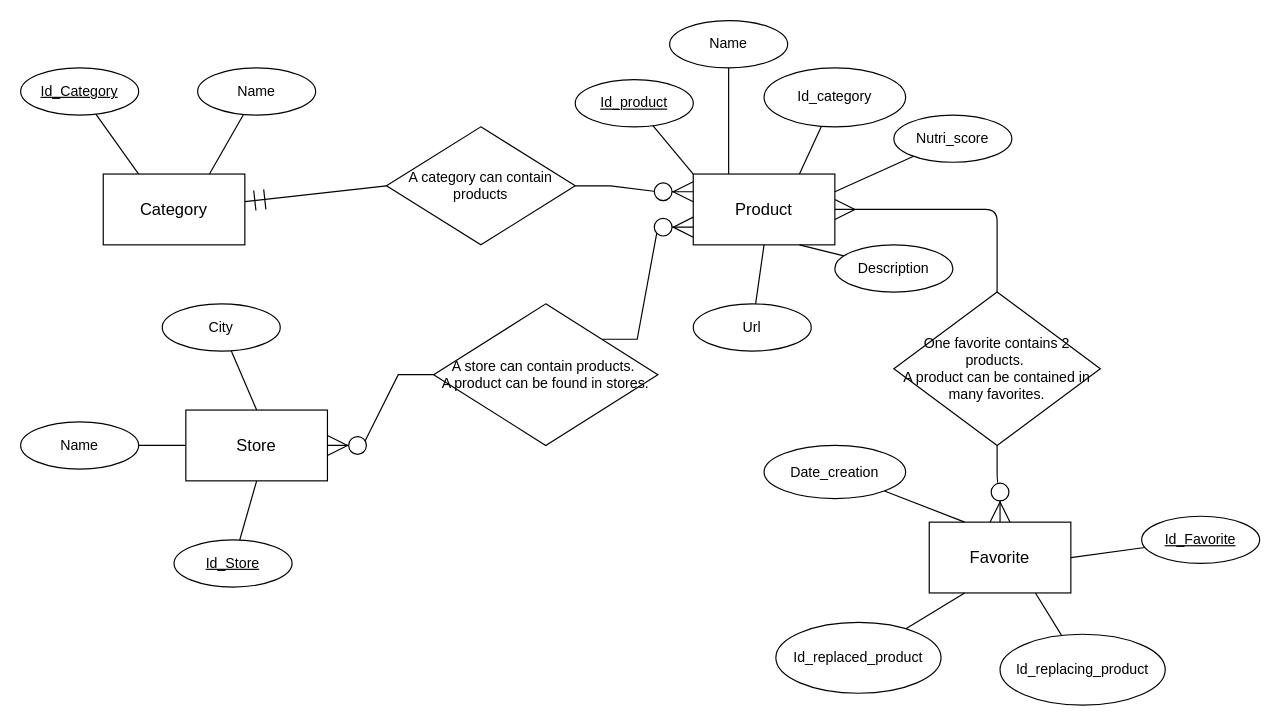
The draw.io diagram Modèle EA BDD.drawio in vicsim181/Pur_Beurre, before the edit. Source tidied: cells renumbered, new cells numbered last; positions are measured from the earlier drawing's top-left corner, leaving out a move shared by most shapes. Both pictures are drawn from the tidied source at 118%, with x=0, y=0 at pixel (20, 20).
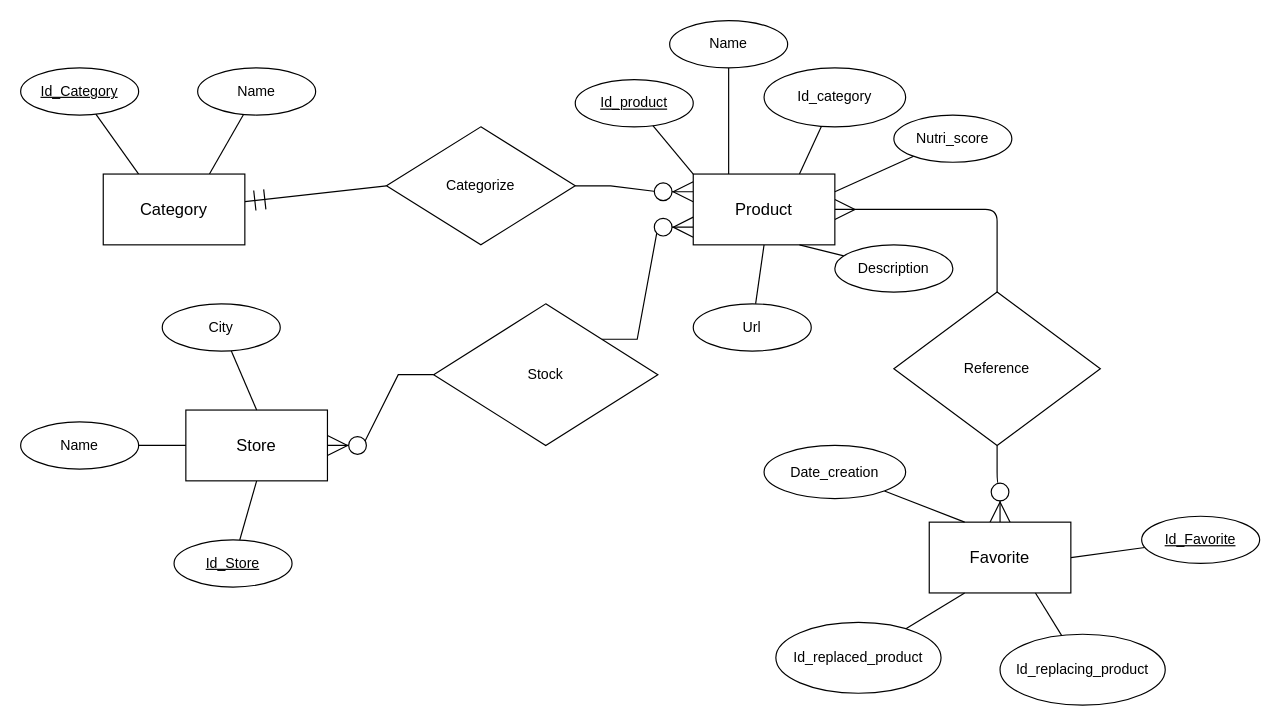
Above is the later version.

The edit, as a diff of the source:
```diff
@@
-    <mxCell id="5" value="One favorite contains 2 products.&amp;nbsp;&lt;br&gt;A product can be contained in many favorites." style="shape=rhombus;perimeter=rhombusPerimeter;whiteSpace=wrap;html=1;align=center;" parent="1" vertex="1">
+    <mxCell id="5" value="Reference" style="shape=rhombus;perimeter=rhombusPerimeter;whiteSpace=wrap;html=1;align=center;" parent="1" vertex="1">
       <mxGeometry x="740" y="230" width="175" height="130" as="geometry" />
     </mxCell>
@@
-    <mxCell id="7" value="A store can contain products.&amp;nbsp;&lt;br&gt;A product can be found in stores." style="shape=rhombus;perimeter=rhombusPerimeter;whiteSpace=wrap;html=1;align=center;" parent="1" vertex="1">
+    <mxCell id="7" value="Stock" style="shape=rhombus;perimeter=rhombusPerimeter;whiteSpace=wrap;html=1;align=center;" parent="1" vertex="1">
       <mxGeometry x="350" y="240" width="190" height="120" as="geometry" />
     </mxCell>
@@
-    <mxCell id="9" value="A category can contain products" style="shape=rhombus;perimeter=rhombusPerimeter;whiteSpace=wrap;html=1;align=center;" parent="1" vertex="1">
+    <mxCell id="9" value="Categorize" style="shape=rhombus;perimeter=rhombusPerimeter;whiteSpace=wrap;html=1;align=center;" parent="1" vertex="1">
       <mxGeometry x="310" y="90" width="160" height="100" as="geometry" />
     </mxCell>
```
